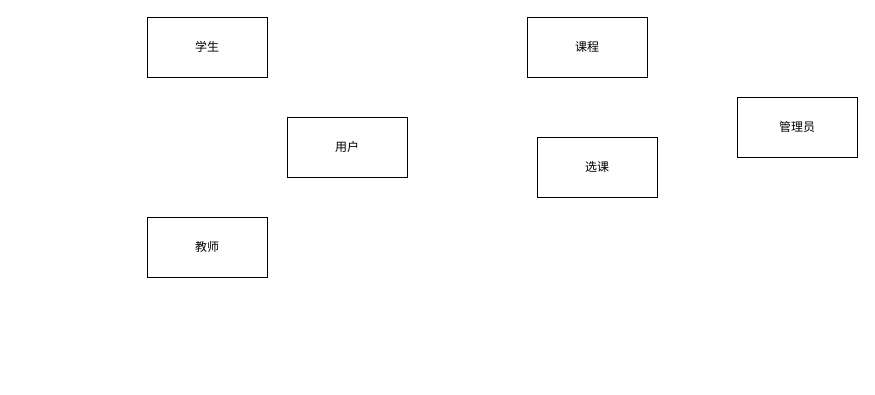
Above: moker.drawio in woshilaixuex/moker (draw.io), before the change. Source tidied: cells renumbered, new cells numbered last; positions are measured from the earlier drawing's top-left corner, leaving out a move shared by most shapes. Both pictures are drawn from the tidied source at 100%, with x=0, y=0 at pixel (147, 17).
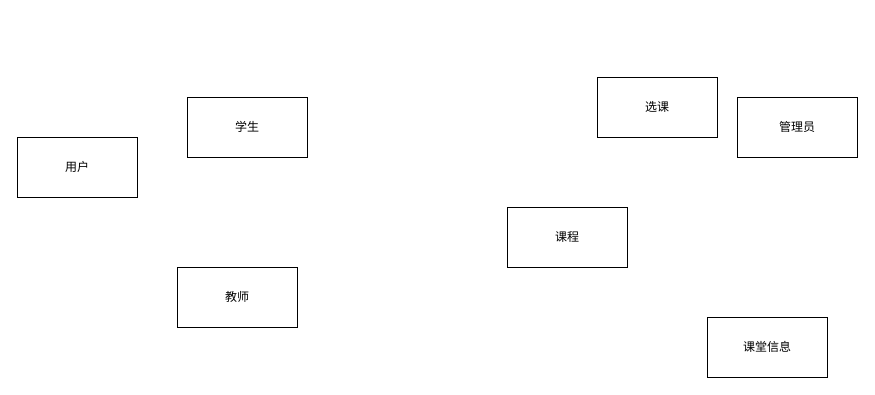
The same diagram, later.

What changed in the source:
```diff
@@
 <mxGraphModel>
   <root>
     <mxCell id="0" />
     <mxCell id="1" parent="0" />
     <mxCell id="2" value="学生" style="rounded=0;whiteSpace=wrap;html=1;" parent="1" vertex="1">
-      <mxGeometry width="120" height="60" as="geometry" />
+      <mxGeometry x="40" y="80" width="120" height="60" as="geometry" />
     </mxCell>
     <mxCell id="3" value="教师" style="rounded=0;whiteSpace=wrap;html=1;" parent="1" vertex="1">
-      <mxGeometry y="200" width="120" height="60" as="geometry" />
+      <mxGeometry x="30" y="250" width="120" height="60" as="geometry" />
     </mxCell>
     <mxCell id="4" value="管理员" style="rounded=0;whiteSpace=wrap;html=1;" parent="1" vertex="1">
       <mxGeometry x="590" y="80" width="120" height="60" as="geometry" />
     </mxCell>
     <mxCell id="5" value="课程" style="rounded=0;whiteSpace=wrap;html=1;" parent="1" vertex="1">
-      <mxGeometry x="380" width="120" height="60" as="geometry" />
+      <mxGeometry x="360" y="190" width="120" height="60" as="geometry" />
     </mxCell>
     <mxCell id="6" value="用户" style="rounded=0;whiteSpace=wrap;html=1;" parent="1" vertex="1">
-      <mxGeometry x="140" y="100" width="120" height="60" as="geometry" />
+      <mxGeometry x="-130" y="120" width="120" height="60" as="geometry" />
     </mxCell>
     <mxCell id="7" value="选课" style="rounded=0;whiteSpace=wrap;html=1;" parent="1" vertex="1">
-      <mxGeometry x="390" y="120" width="120" height="60" as="geometry" />
+      <mxGeometry x="450" y="60" width="120" height="60" as="geometry" />
     </mxCell>
+    <mxCell id="8" value="课堂信息" style="rounded=0;whiteSpace=wrap;html=1;" parent="1" vertex="1">
+      <mxGeometry x="560" y="300" width="120" height="60" as="geometry" />
+    </mxCell>
   </root>
 </mxGraphModel>
```
